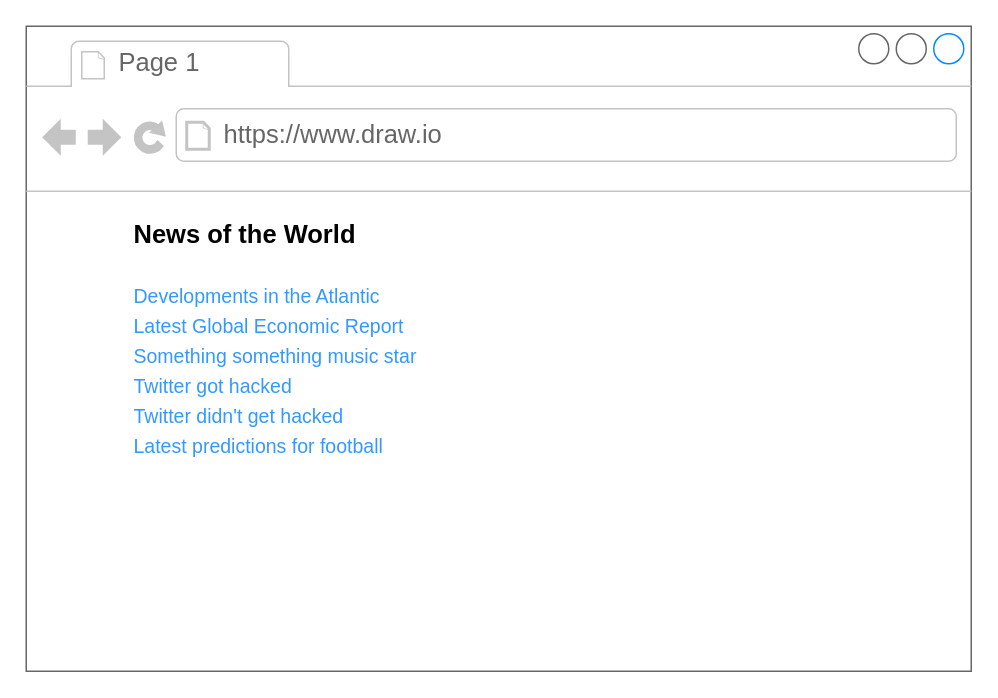
Earlier version of the draw.io diagram page "01 - mockup" (1 of 8) of diagrams.drawio (StephenGrider/ng-casts). Source tidied: cells renumbered, new cells numbered last; positions are measured from the earlier drawing's top-left corner, leaving out a move shared by most shapes. Both pictures are drawn from the tidied source at 150%, with x=0, y=0 at pixel (26, 26).
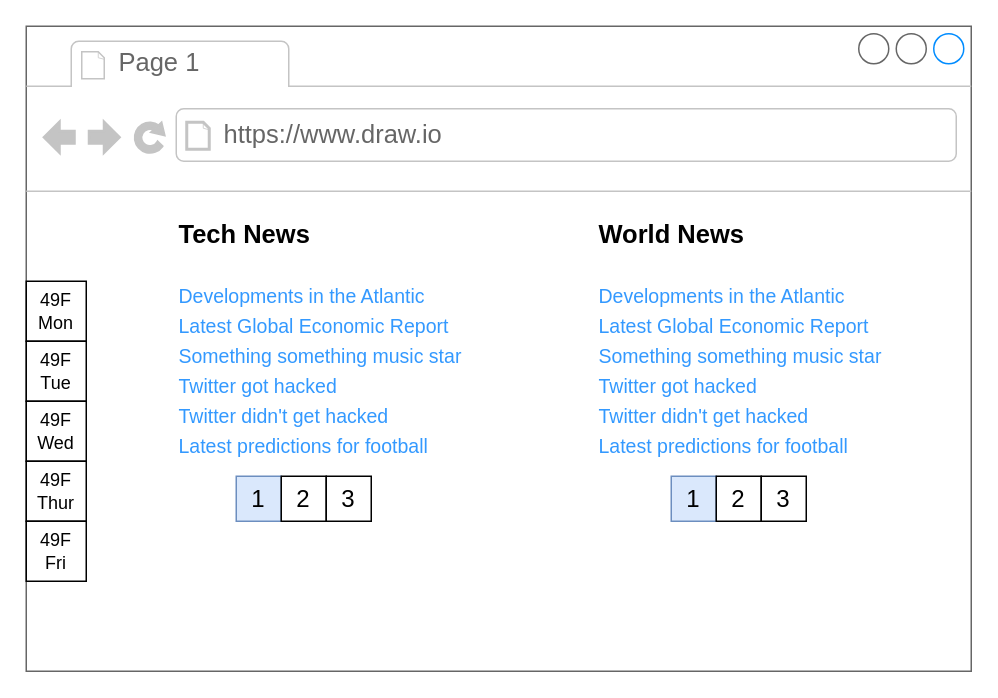
Above is the later version.

The change refers to these unchanged cells:
```xml
<mxCell id="2" style="strokeWidth=1;shadow=0;dashed=0;align=center;html=1;shape=mxgraph.mockup.containers.browserWindow;rSize=0;strokeColor=#666666;strokeColor2=#008cff;strokeColor3=#c4c4c4;mainText=,;" parent="1" vertex="1">
  <mxGeometry width="630" height="430" as="geometry" />
</mxCell>
```

The edit, as a diff of the source:
```diff
@@
-    <mxCell id="5" value="News of the World" style="text;html=1;strokeColor=none;fillColor=none;align=left;verticalAlign=middle;whiteSpace=wrap;rounded=0;fontStyle=1;fontSize=17;" parent="2" vertex="1">
-      <mxGeometry x="70" y="130" width="230" height="20" as="geometry" />
+    <mxCell id="5" value="Tech News" style="text;html=1;strokeColor=none;fillColor=none;align=left;verticalAlign=middle;whiteSpace=wrap;rounded=0;fontStyle=1;fontSize=17;" parent="2" vertex="1">
+      <mxGeometry x="100" y="130" width="230" height="20" as="geometry" />
     </mxCell>
     <mxCell id="6" value="Developments in the Atlantic" style="text;html=1;strokeColor=none;fillColor=none;align=left;verticalAlign=middle;whiteSpace=wrap;rounded=0;fontSize=13;fontColor=#3399FF;" parent="2" vertex="1">
-      <mxGeometry x="70" y="170" width="420" height="20" as="geometry" />
+      <mxGeometry x="100" y="170" width="200" height="20" as="geometry" />
     </mxCell>
     <mxCell id="7" value="Latest Global Economic Report" style="text;html=1;strokeColor=none;fillColor=none;align=left;verticalAlign=middle;whiteSpace=wrap;rounded=0;fontSize=13;fontColor=#3399FF;" parent="2" vertex="1">
-      <mxGeometry x="70" y="190" width="420" height="20" as="geometry" />
+      <mxGeometry x="100" y="190" width="200" height="20" as="geometry" />
     </mxCell>
     <mxCell id="8" value="Something something music star" style="text;html=1;strokeColor=none;fillColor=none;align=left;verticalAlign=middle;whiteSpace=wrap;rounded=0;fontSize=13;fontColor=#3399FF;" parent="2" vertex="1">
-      <mxGeometry x="70" y="210" width="420" height="20" as="geometry" />
+      <mxGeometry x="100" y="210" width="200" height="20" as="geometry" />
     </mxCell>
     <mxCell id="9" value="Twitter got hacked" style="text;html=1;strokeColor=none;fillColor=none;align=left;verticalAlign=middle;whiteSpace=wrap;rounded=0;fontSize=13;fontColor=#3399FF;" parent="2" vertex="1">
-      <mxGeometry x="70" y="230" width="420" height="20" as="geometry" />
+      <mxGeometry x="100" y="230" width="200" height="20" as="geometry" />
     </mxCell>
     <mxCell id="10" value="Twitter didn't get hacked" style="text;html=1;strokeColor=none;fillColor=none;align=left;verticalAlign=middle;whiteSpace=wrap;rounded=0;fontSize=13;fontColor=#3399FF;" parent="2" vertex="1">
-      <mxGeometry x="70" y="250" width="420" height="20" as="geometry" />
+      <mxGeometry x="100" y="250" width="200" height="20" as="geometry" />
     </mxCell>
     <mxCell id="11" value="Latest predictions for football" style="text;html=1;strokeColor=none;fillColor=none;align=left;verticalAlign=middle;whiteSpace=wrap;rounded=0;fontSize=13;fontColor=#3399FF;" parent="2" vertex="1">
-      <mxGeometry x="70" y="270" width="420" height="20" as="geometry" />
+      <mxGeometry x="100" y="270" width="200" height="20" as="geometry" />
     </mxCell>
+    <mxCell id="12" value="World News" style="text;html=1;strokeColor=none;fillColor=none;align=left;verticalAlign=middle;whiteSpace=wrap;rounded=0;fontStyle=1;fontSize=17;" parent="2" vertex="1">
+      <mxGeometry x="380" y="130" width="230" height="20" as="geometry" />
+    </mxCell>
+    <mxCell id="13" value="Developments in the Atlantic" style="text;html=1;strokeColor=none;fillColor=none;align=left;verticalAlign=middle;whiteSpace=wrap;rounded=0;fontSize=13;fontColor=#3399FF;" parent="2" vertex="1">
+      <mxGeometry x="380" y="170" width="200" height="20" as="geometry" />
+    </mxCell>
+    <mxCell id="14" value="Latest Global Economic Report" style="text;html=1;strokeColor=none;fillColor=none;align=left;verticalAlign=middle;whiteSpace=wrap;rounded=0;fontSize=13;fontColor=#3399FF;" parent="2" vertex="1">
+      <mxGeometry x="380" y="190" width="200" height="20" as="geometry" />
+    </mxCell>
+    <mxCell id="15" value="Something something music star" style="text;html=1;strokeColor=none;fillColor=none;align=left;verticalAlign=middle;whiteSpace=wrap;rounded=0;fontSize=13;fontColor=#3399FF;" parent="2" vertex="1">
+      <mxGeometry x="380" y="210" width="200" height="20" as="geometry" />
+    </mxCell>
+    <mxCell id="16" value="Twitter got hacked" style="text;html=1;strokeColor=none;fillColor=none;align=left;verticalAlign=middle;whiteSpace=wrap;rounded=0;fontSize=13;fontColor=#3399FF;" parent="2" vertex="1">
+      <mxGeometry x="380" y="230" width="200" height="20" as="geometry" />
+    </mxCell>
+    <mxCell id="17" value="Twitter didn't get hacked" style="text;html=1;strokeColor=none;fillColor=none;align=left;verticalAlign=middle;whiteSpace=wrap;rounded=0;fontSize=13;fontColor=#3399FF;" parent="2" vertex="1">
+      <mxGeometry x="380" y="250" width="200" height="20" as="geometry" />
+    </mxCell>
+    <mxCell id="18" value="Latest predictions for football" style="text;html=1;strokeColor=none;fillColor=none;align=left;verticalAlign=middle;whiteSpace=wrap;rounded=0;fontSize=13;fontColor=#3399FF;" parent="2" vertex="1">
+      <mxGeometry x="380" y="270" width="200" height="20" as="geometry" />
+    </mxCell>
+    <mxCell id="19" value="1" style="rounded=0;whiteSpace=wrap;html=1;fontSize=16;align=center;fillColor=#dae8fc;strokeColor=#6c8ebf;" parent="2" vertex="1">
+      <mxGeometry x="140" y="300" width="30" height="30" as="geometry" />
+    </mxCell>
+    <mxCell id="20" value="2" style="rounded=0;whiteSpace=wrap;html=1;fontSize=16;fontColor=#000000;align=center;" parent="2" vertex="1">
+      <mxGeometry x="170" y="300" width="30" height="30" as="geometry" />
+    </mxCell>
+    <mxCell id="21" value="3" style="rounded=0;whiteSpace=wrap;html=1;fontSize=16;fontColor=#000000;align=center;" parent="2" vertex="1">
+      <mxGeometry x="200" y="300" width="30" height="30" as="geometry" />
+    </mxCell>
+    <mxCell id="22" value="1" style="rounded=0;whiteSpace=wrap;html=1;fontSize=16;align=center;fillColor=#dae8fc;strokeColor=#6c8ebf;" parent="2" vertex="1">
+      <mxGeometry x="430" y="300" width="30" height="30" as="geometry" />
+    </mxCell>
+    <mxCell id="23" value="2" style="rounded=0;whiteSpace=wrap;html=1;fontSize=16;fontColor=#000000;align=center;" parent="2" vertex="1">
+      <mxGeometry x="460" y="300" width="30" height="30" as="geometry" />
+    </mxCell>
+    <mxCell id="24" value="3" style="rounded=0;whiteSpace=wrap;html=1;fontSize=16;fontColor=#000000;align=center;" parent="2" vertex="1">
+      <mxGeometry x="490" y="300" width="30" height="30" as="geometry" />
+    </mxCell>
+    <mxCell id="25" value="49F&lt;br style=&quot;font-size: 12px;&quot;&gt;Mon" style="rounded=0;whiteSpace=wrap;html=1;fontSize=12;fontColor=#000000;align=center;" parent="2" vertex="1">
+      <mxGeometry y="170" width="40" height="40" as="geometry" />
+    </mxCell>
+    <mxCell id="26" value="49F&lt;br style=&quot;font-size: 12px;&quot;&gt;Tue" style="rounded=0;whiteSpace=wrap;html=1;fontSize=12;fontColor=#000000;align=center;" parent="2" vertex="1">
+      <mxGeometry y="210" width="40" height="40" as="geometry" />
+    </mxCell>
+    <mxCell id="27" value="49F&lt;br style=&quot;font-size: 12px;&quot;&gt;Wed" style="rounded=0;whiteSpace=wrap;html=1;fontSize=12;fontColor=#000000;align=center;" parent="2" vertex="1">
+      <mxGeometry y="250" width="40" height="40" as="geometry" />
+    </mxCell>
+    <mxCell id="28" value="49F&lt;br style=&quot;font-size: 12px;&quot;&gt;Thur" style="rounded=0;whiteSpace=wrap;html=1;fontSize=12;fontColor=#000000;align=center;" parent="2" vertex="1">
+      <mxGeometry y="290" width="40" height="40" as="geometry" />
+    </mxCell>
+    <mxCell id="29" value="49F&lt;br style=&quot;font-size: 12px;&quot;&gt;Fri" style="rounded=0;whiteSpace=wrap;html=1;fontSize=12;fontColor=#000000;align=center;" parent="2" vertex="1">
+      <mxGeometry y="330" width="40" height="40" as="geometry" />
+    </mxCell>
```
